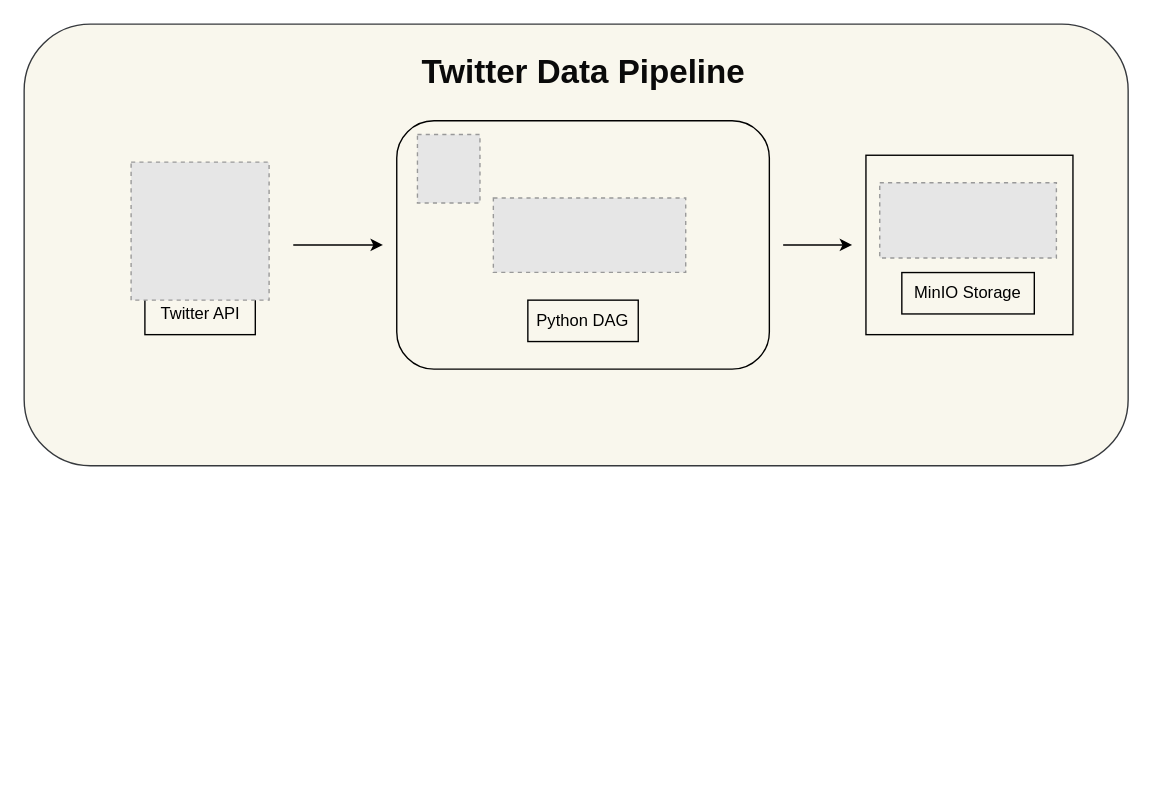
mikekenneth/airflow_minio_twitter_data_pipeline keeps this draw.io diagram as docs/architecture.drawio. Above is the earlier version. Source tidied: cells renumbered, new cells numbered last; positions are measured from the earlier drawing's top-left corner, leaving out a move shared by most shapes. Both pictures are drawn from the tidied source at 138%, with x=0, y=0 at pixel (23, 23). Pictures stored in the file or linked from it are replaced by grey dashed boxes.
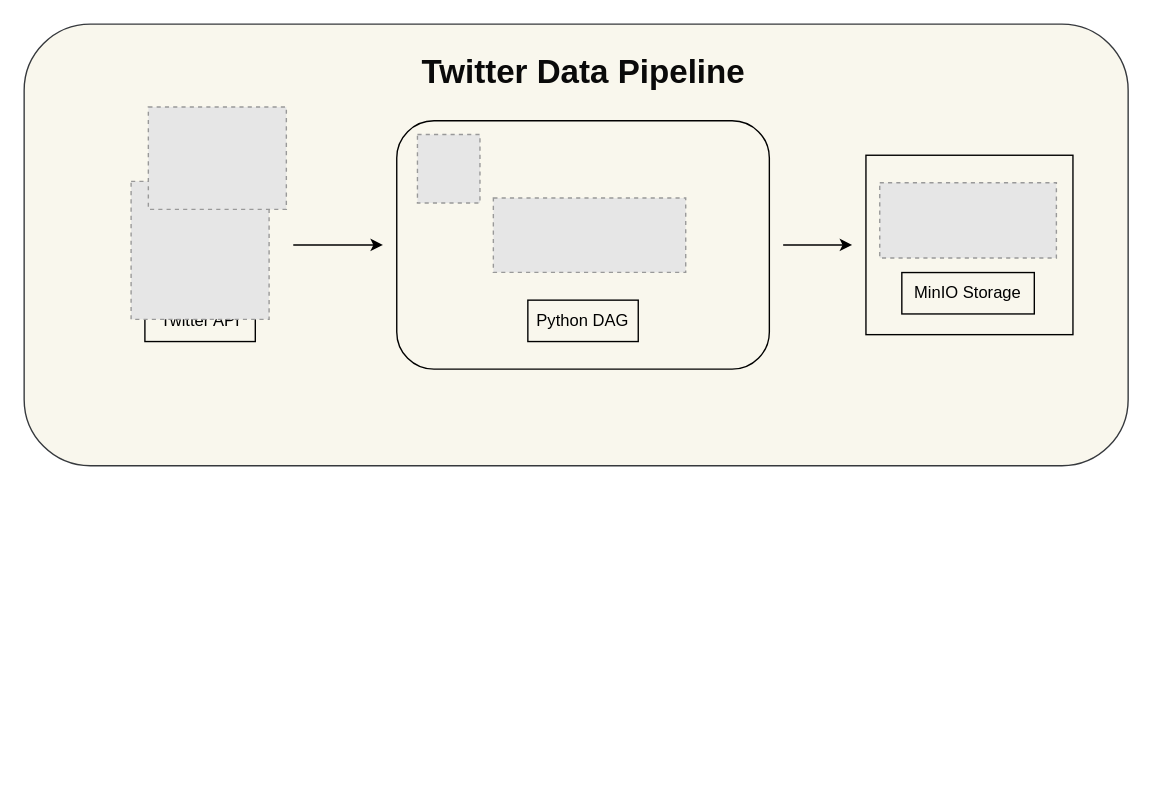
The same diagram, later.

Diff of the diagram source:
```diff
@@
     <mxCell id="5" value="Twitter API" style="text;html=1;align=center;verticalAlign=middle;whiteSpace=wrap;rounded=0;sketch=0;fillColor=none;strokeColor=#000000;fontColor=#000000;" parent="1" vertex="1">
-      <mxGeometry x="87.5" y="195" width="80" height="30" as="geometry" />
+      <mxGeometry x="87.5" y="200" width="80" height="30" as="geometry" />
     </mxCell>
@@
     <mxCell id="17" style="fillColor=#E6E6E6;strokeColor=#999999;dashed=1;verticalLabelPosition=bottom;labelBackgroundColor=#ffffff;verticalAlign=top;" parent="1" vertex="1">
-      <mxGeometry x="77.5" y="100" width="100" height="100" as="geometry" />
+      <mxGeometry x="77.5" y="113.9" width="100" height="100" as="geometry" />
     </mxCell>
+    <mxCell id="18" style="fillColor=#E6E6E6;strokeColor=#999999;dashed=1;verticalLabelPosition=bottom;labelBackgroundColor=#ffffff;verticalAlign=top;" parent="1" vertex="1">
+      <mxGeometry x="90" y="60" width="100" height="74.2" as="geometry" />
+    </mxCell>
```
